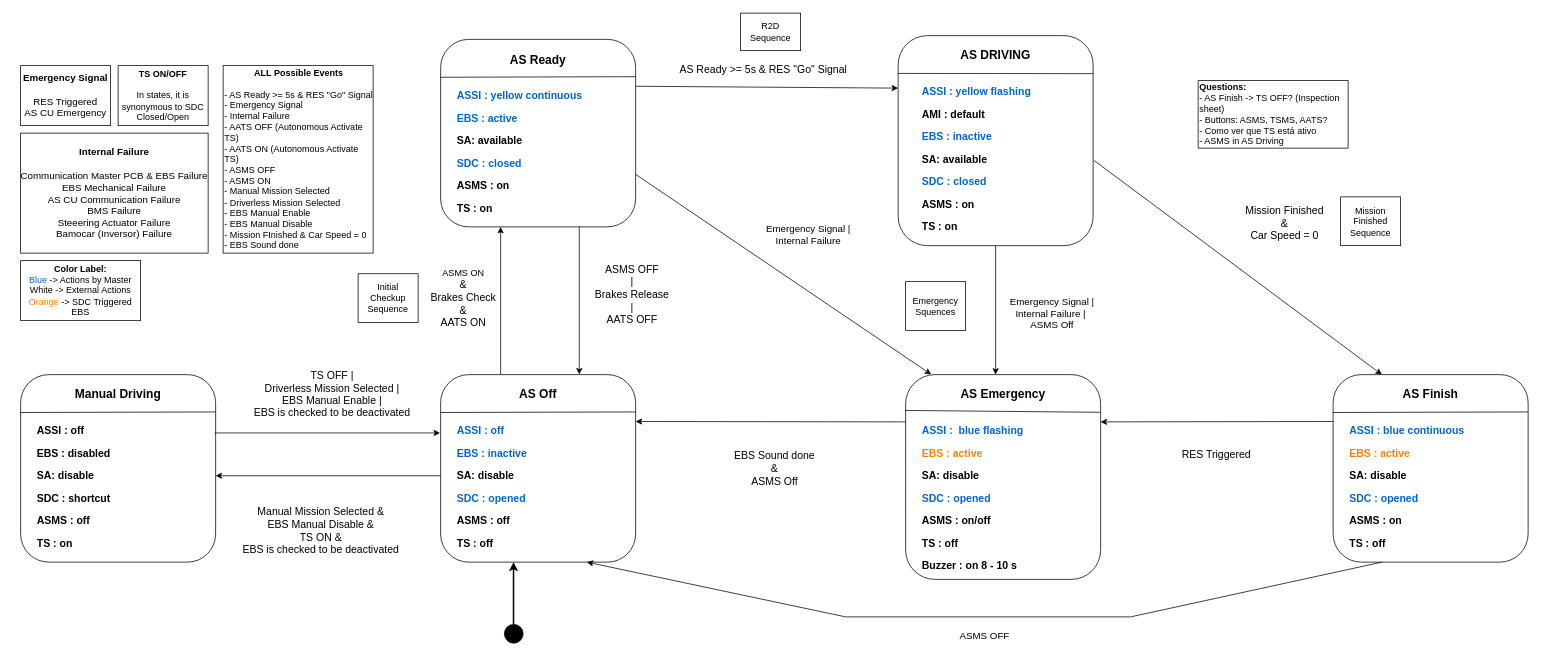
This is docs/diagrams/Master/AS-state-machine.drawio from fs-feup/el-sw, a draw.io file, before an edit. Source tidied: cells renumbered, new cells numbered last; positions are measured from the earlier drawing's top-left corner, leaving out a move shared by most shapes. Both pictures are drawn from the tidied source at 75%, with x=0, y=0 at pixel (13, 13).
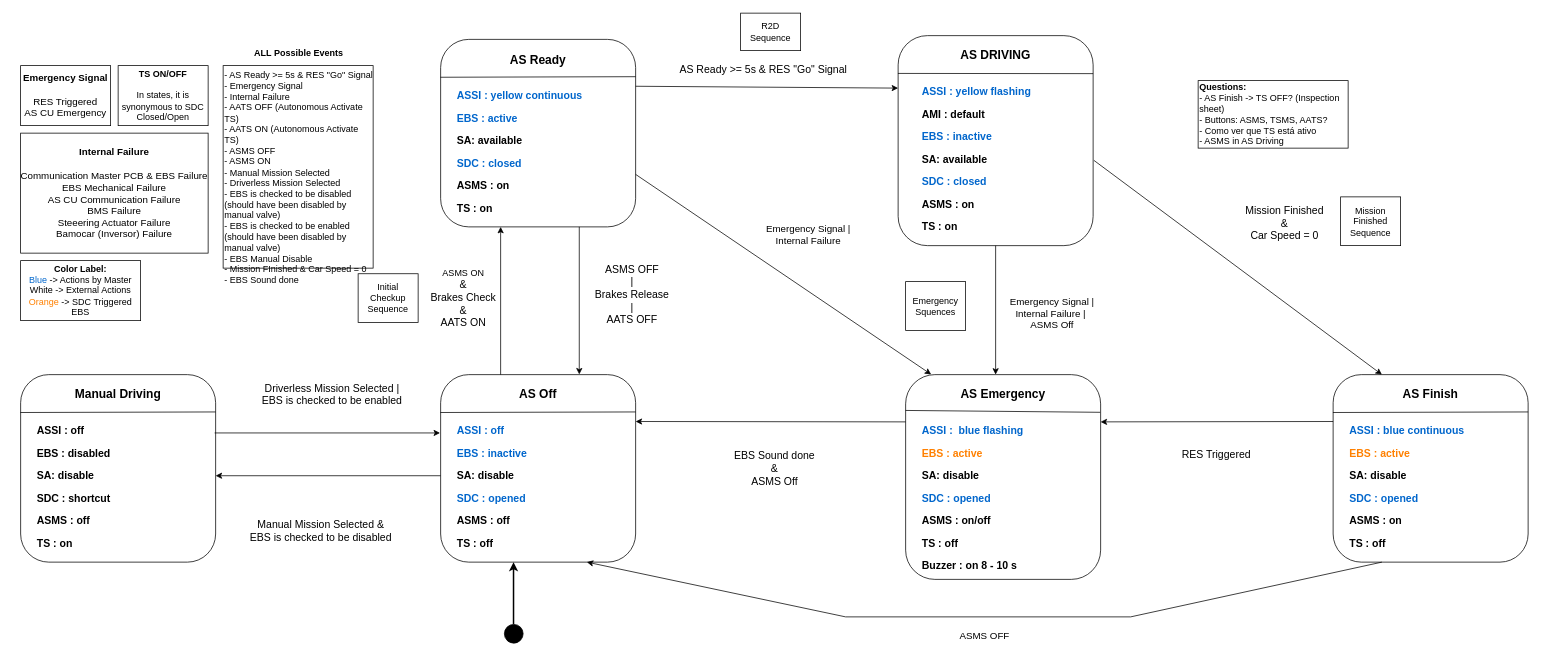
The same diagram, later.

Commit message:
fix: state machine manual transitions

The edit, as a diff of the source:
```diff
@@
-    <mxCell id="60" value="&lt;span style=&quot;font-size: 14px;&quot;&gt;TS OFF |&lt;br&gt;Driverless Mission Selected |&lt;br&gt;EBS Manual Enable |&lt;/span&gt;&lt;div&gt;&lt;span style=&quot;font-size: 14px;&quot;&gt;EBS is checked to be deactivated&lt;/span&gt;&lt;span style=&quot;font-size: 14px;&quot;&gt;&lt;br&gt;&lt;/span&gt;&lt;/div&gt;" style="text;html=1;align=center;verticalAlign=middle;strokeColor=none;fillColor=none;fontStyle=0;" parent="1" vertex="1">
-      <mxGeometry x="320" y="468" width="210" height="80" as="geometry" />
+    <mxCell id="60" value="&lt;span style=&quot;font-size: 14px;&quot;&gt;Driverless Mission Selected |&lt;br&gt;&lt;/span&gt;&lt;div&gt;&lt;span style=&quot;font-size: 14px;&quot;&gt;EBS is checked to be enabled&lt;/span&gt;&lt;span style=&quot;font-size: 14px;&quot;&gt;&lt;br&gt;&lt;/span&gt;&lt;/div&gt;" style="text;html=1;align=center;verticalAlign=middle;strokeColor=none;fillColor=none;fontStyle=0;" parent="1" vertex="1">
+      <mxGeometry x="330" y="483" width="190" height="50" as="geometry" />
     </mxCell>
-    <mxCell id="61" value="&lt;span style=&quot;font-size: 14px;&quot;&gt;Manual Mission Selected &amp;amp;&lt;br&gt;EBS Manual Disable &amp;amp;&lt;br&gt;TS ON &amp;amp;&lt;br&gt;&lt;/span&gt;&lt;div&gt;&lt;span style=&quot;font-size: 14px;&quot;&gt;EBS is checked to be deactivated&lt;/span&gt;&lt;/div&gt;" style="text;html=1;align=center;verticalAlign=middle;strokeColor=none;fillColor=none;fontStyle=0;" parent="1" vertex="1">
-      <mxGeometry x="305" y="650" width="210" height="80" as="geometry" />
+    <mxCell id="61" value="&lt;span style=&quot;font-size: 14px;&quot;&gt;Manual Mission Selected &amp;amp;&lt;br&gt;&lt;/span&gt;&lt;div&gt;&lt;span style=&quot;font-size: 14px;&quot;&gt;EBS is checked to be disabled&lt;/span&gt;&lt;/div&gt;" style="text;html=1;align=center;verticalAlign=middle;strokeColor=none;fillColor=none;fontStyle=0;" parent="1" vertex="1">
+      <mxGeometry x="315" y="665" width="190" height="50" as="geometry" />
     </mxCell>
@@
-    <mxCell id="86" value="&lt;div style=&quot;text-align: center;&quot;&gt;&lt;b style=&quot;background-color: initial;&quot;&gt;ALL Possible Events&lt;/b&gt;&lt;/div&gt;&lt;div style=&quot;text-align: center;&quot;&gt;&lt;b style=&quot;background-color: initial;&quot;&gt;&lt;br&gt;&lt;/b&gt;&lt;/div&gt;&lt;div&gt;- AS Ready &amp;gt;= 5s &amp;amp; RES &quot;Go&quot; Signal&lt;br&gt;- Emergency Signal&lt;br&gt;- Internal Failure&lt;br&gt;- AATS OFF (Autonomous Activate TS)&lt;/div&gt;&lt;div&gt;- AATS ON&amp;nbsp;&lt;span style=&quot;background-color: initial;&quot;&gt;(Autonomous Activate TS)&lt;/span&gt;&lt;/div&gt;&lt;div&gt;- ASMS OFF&lt;/div&gt;&lt;div&gt;- ASMS ON&lt;br&gt;- Manual Mission Selected&lt;/div&gt;&lt;div&gt;- Driverless Mission Selected&lt;br&gt;- EBS Manual Enable&lt;br&gt;- EBS Manual Disable&lt;br&gt;- Mission FInished &amp;amp; Car Speed = 0&lt;br&gt;- EBS Sound done&lt;/div&gt;" style="text;html=1;align=left;verticalAlign=middle;whiteSpace=wrap;rounded=0;strokeColor=default;" parent="1" vertex="1">
-      <mxGeometry x="280" y="70" width="200" height="250" as="geometry" />
+    <mxCell id="86" value="&lt;div style=&quot;text-align: center;&quot;&gt;&lt;b style=&quot;background-color: initial;&quot;&gt;ALL Possible Events&lt;/b&gt;&lt;/div&gt;&lt;div style=&quot;text-align: center;&quot;&gt;&lt;b style=&quot;background-color: initial;&quot;&gt;&lt;br&gt;&lt;/b&gt;&lt;/div&gt;&lt;div&gt;- AS Ready &amp;gt;= 5s &amp;amp; RES &quot;Go&quot; Signal&lt;br&gt;- Emergency Signal&lt;br&gt;- Internal Failure&lt;br&gt;- AATS OFF (Autonomous Activate TS)&lt;/div&gt;&lt;div&gt;- AATS ON&amp;nbsp;&lt;span style=&quot;background-color: initial;&quot;&gt;(Autonomous Activate TS)&lt;/span&gt;&lt;/div&gt;&lt;div&gt;- ASMS OFF&lt;/div&gt;&lt;div&gt;- ASMS ON&lt;br&gt;- Manual Mission Selected&lt;/div&gt;&lt;div&gt;- Driverless Mission Selected&lt;br&gt;- EBS is checked to be disabled (should have been disabled by manual valve)&lt;/div&gt;&lt;div&gt;- EBS is checked to be enabled (should have been disabled by manual valve)&lt;br&gt;- EBS Manual Disable&lt;br&gt;- Mission FInished &amp;amp; Car Speed = 0&lt;br&gt;- EBS Sound done&lt;/div&gt;" style="text;html=1;align=left;verticalAlign=middle;whiteSpace=wrap;rounded=0;strokeColor=default;" parent="1" vertex="1">
+      <mxGeometry x="280" y="70" width="200" height="270" as="geometry" />
     </mxCell>
```
